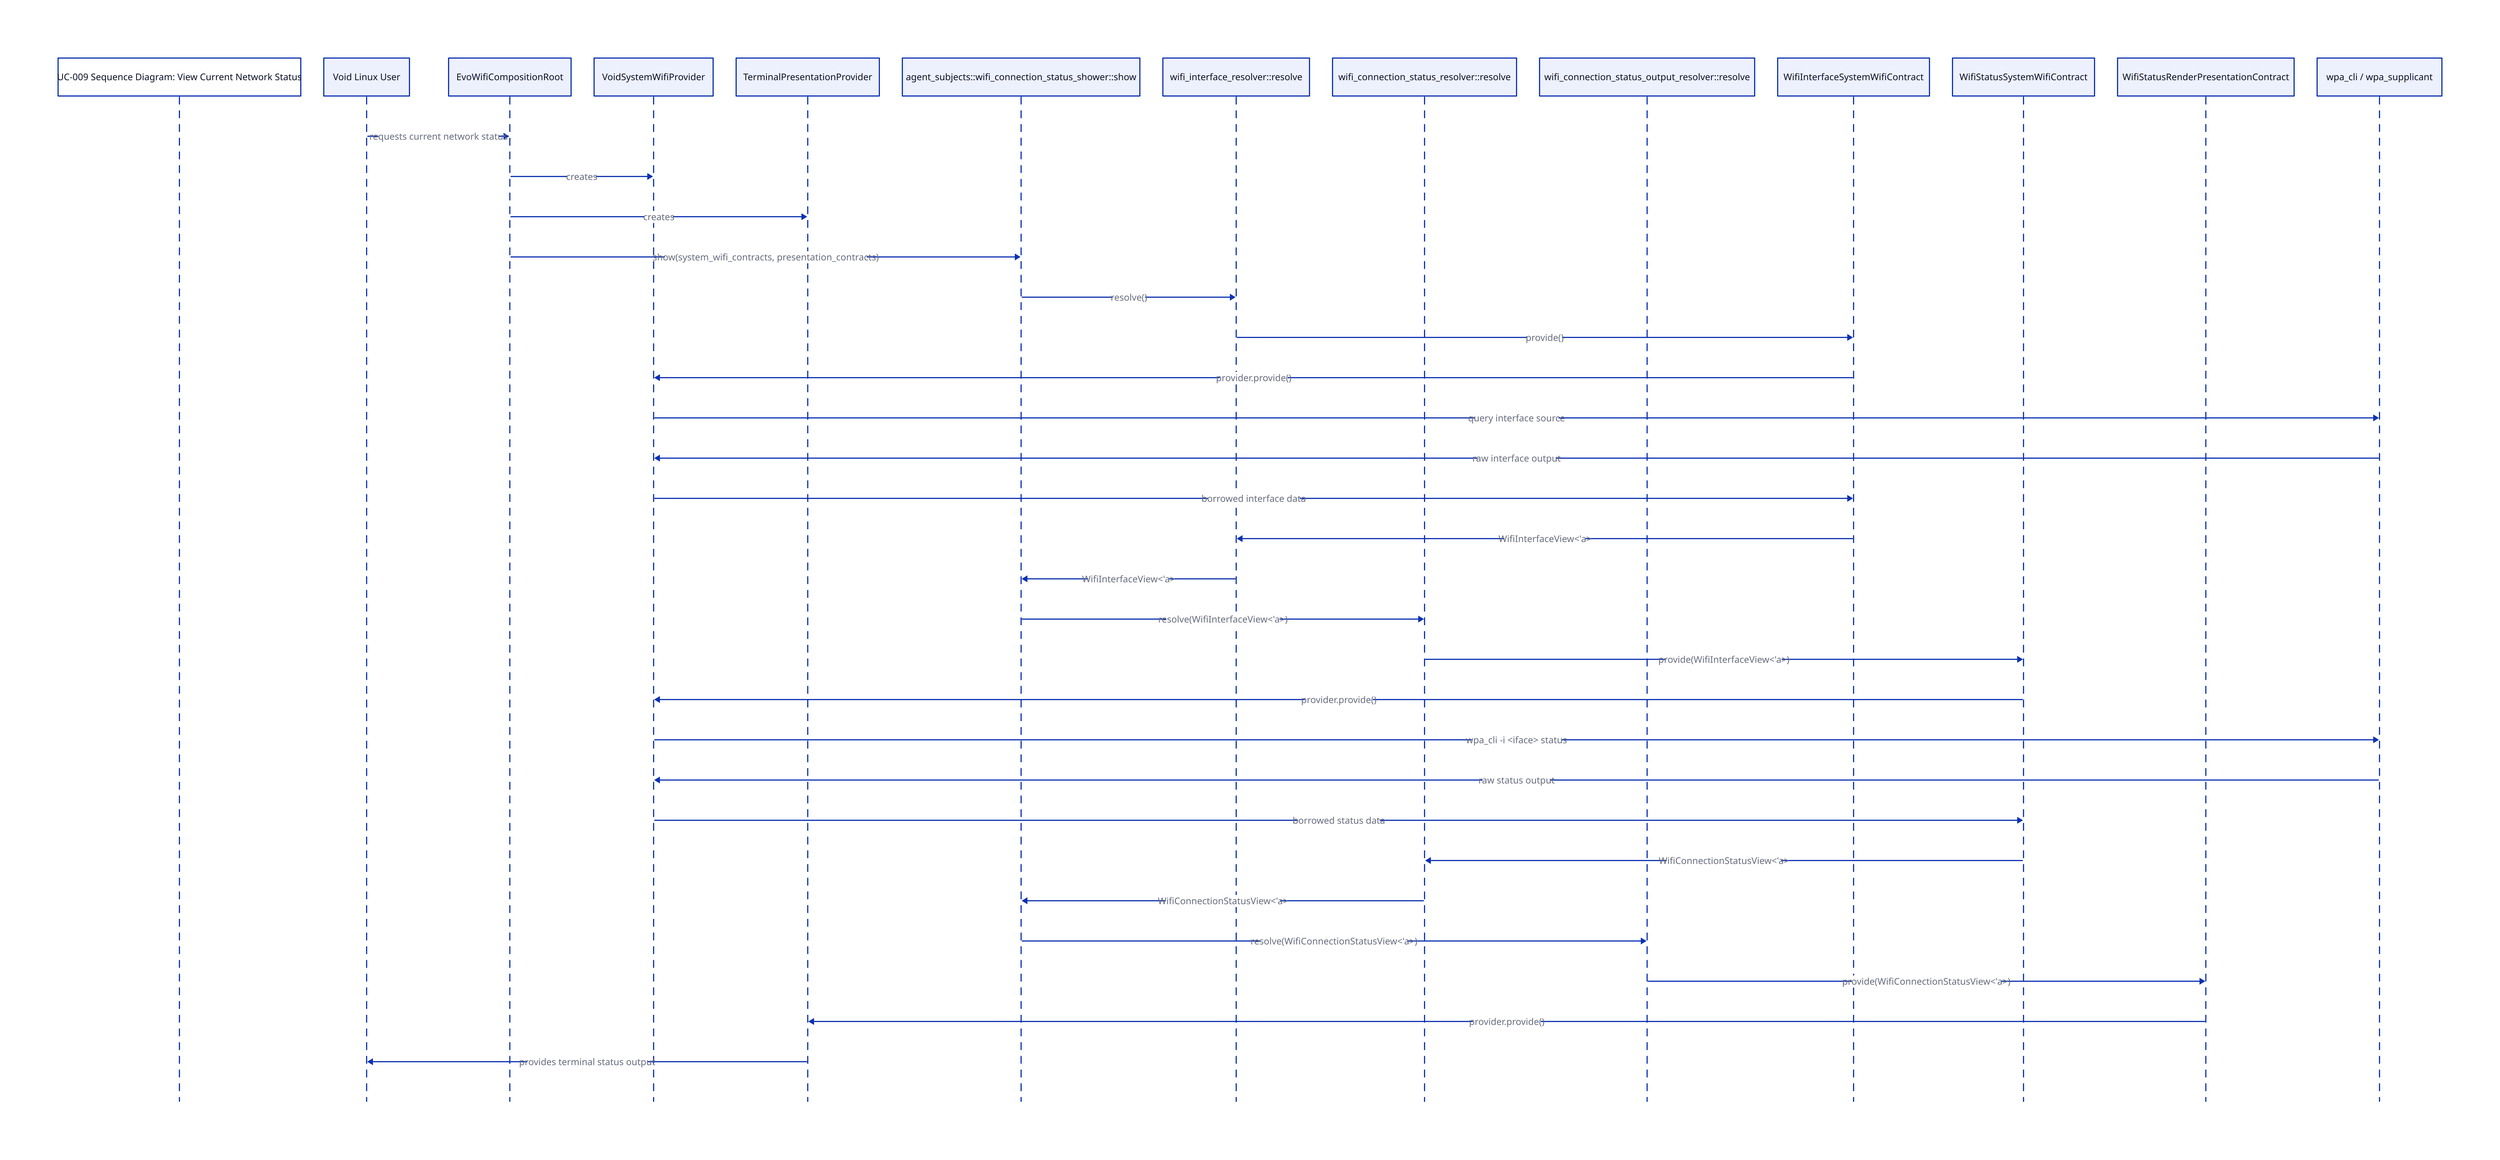
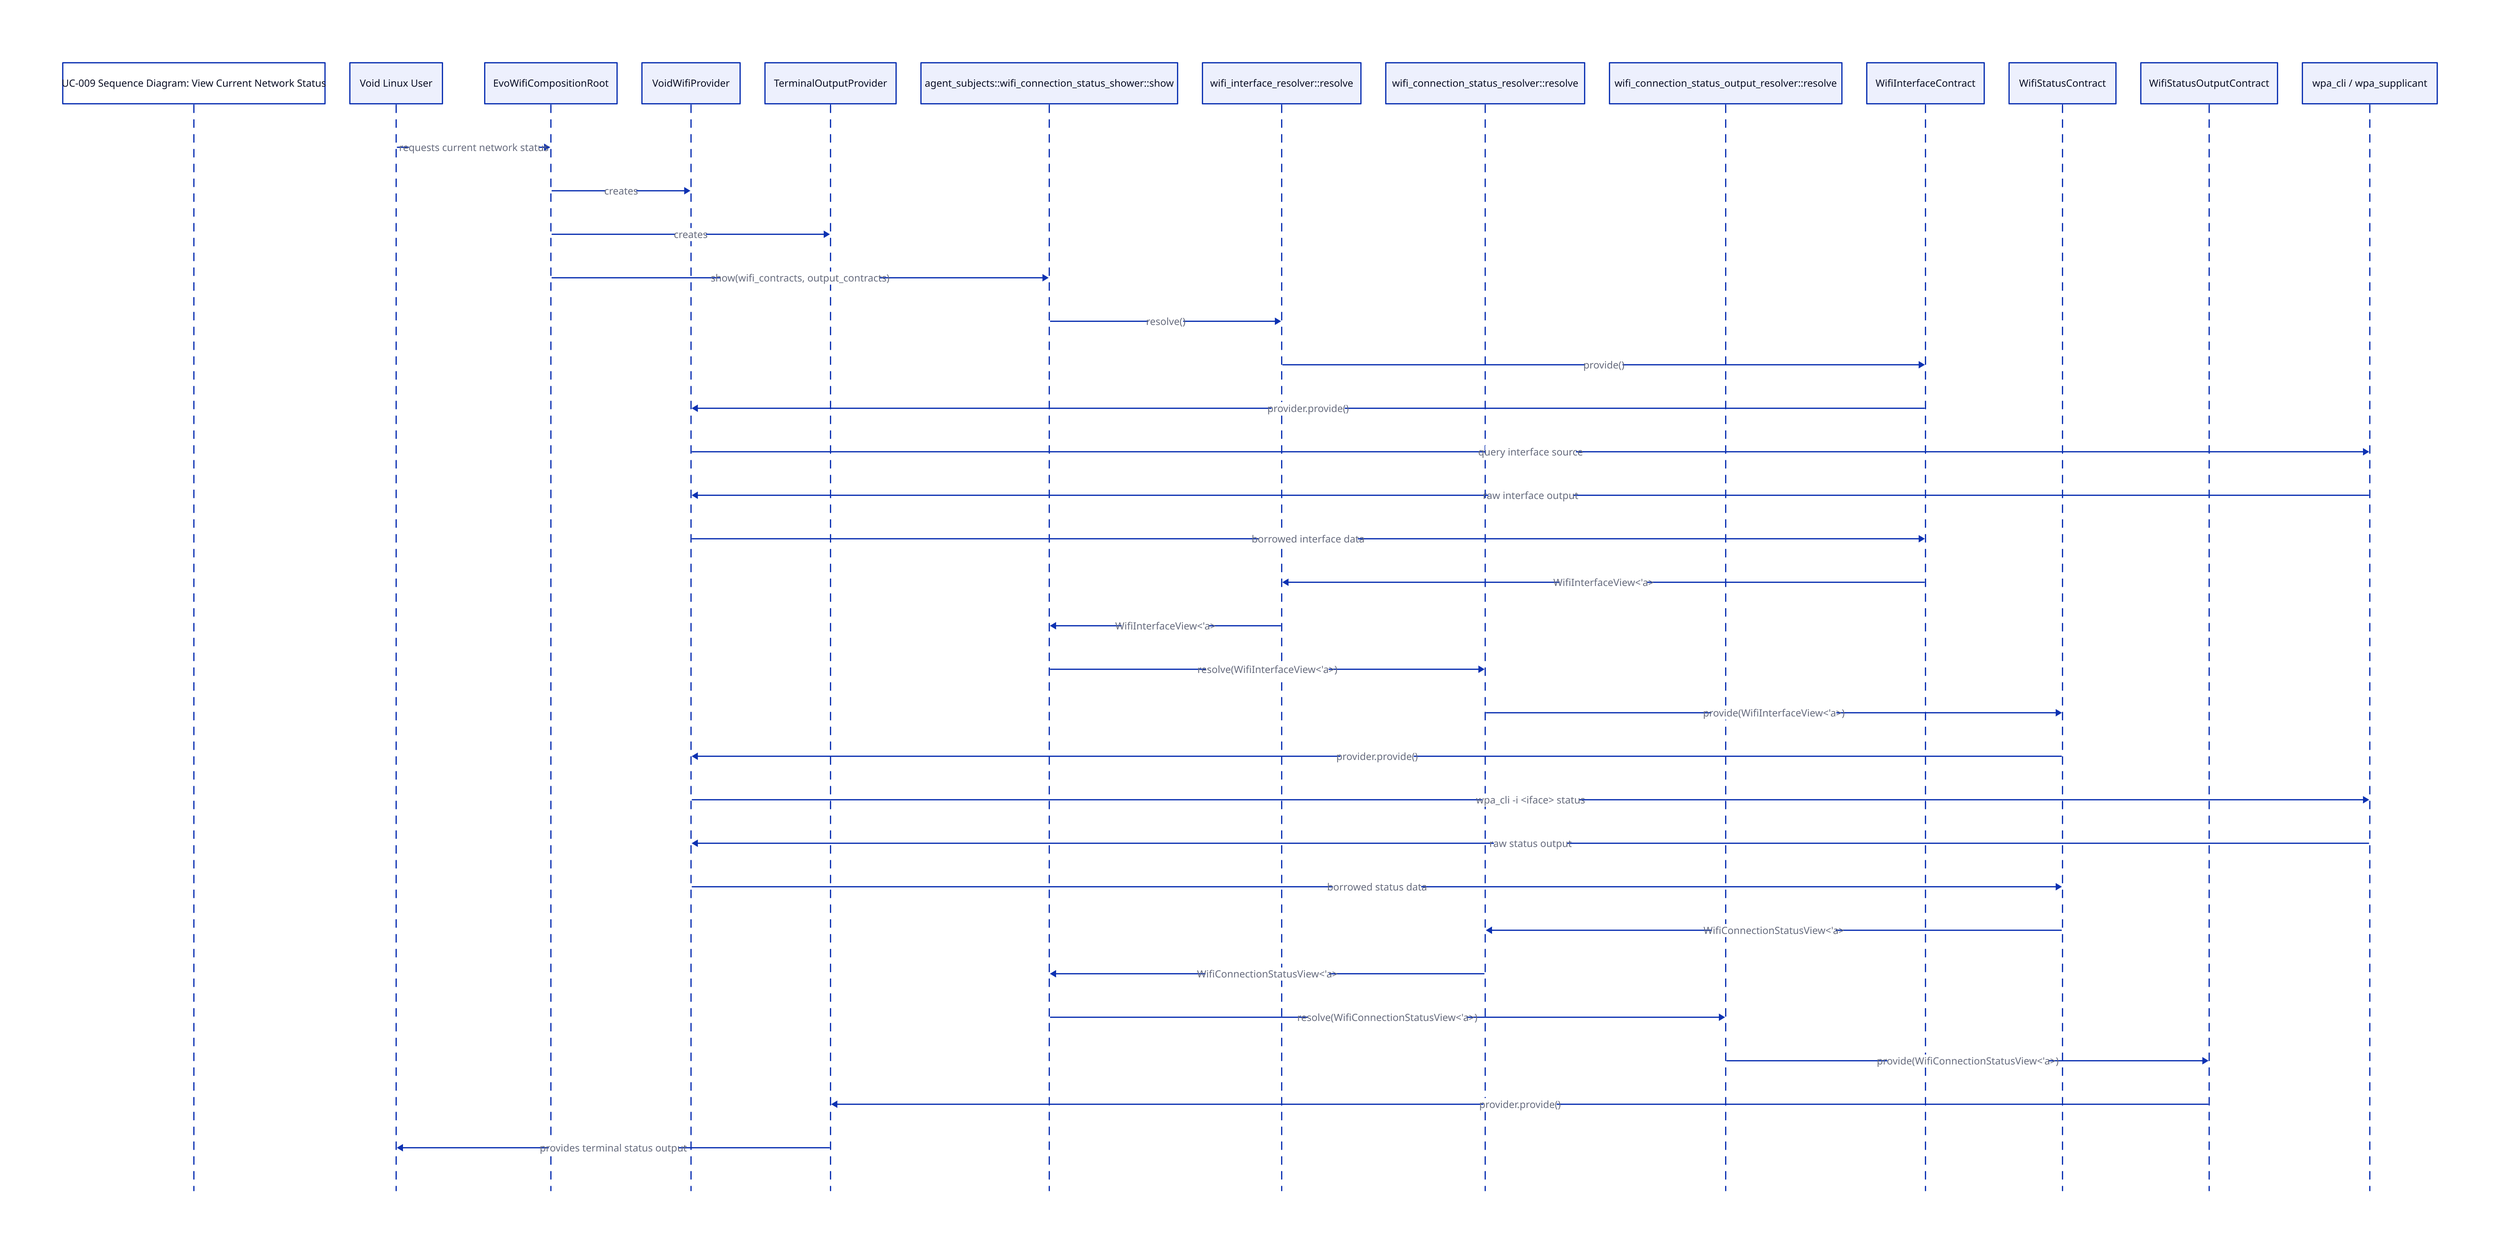
title: "UC-009 Sequence Diagram: View Current Network Status"
shape: sequence_diagram

user: "Void Linux User"
composition_root: "EvoWifiCompositionRoot"
- system_provider: "VoidSystemWifiProvider"
- presentation_provider: "TerminalPresentationProvider"
+ wifi_provider: "VoidWifiProvider"
+ output_provider: "TerminalOutputProvider"
agent_subject: "agent_subjects::wifi_connection_status_shower::show"
interface_resolver: "wifi_interface_resolver::resolve"
status_resolver: "wifi_connection_status_resolver::resolve"
output_resolver: "wifi_connection_status_output_resolver::resolve"
- interface_contract: "WifiInterfaceSystemWifiContract"
- status_contract: "WifiStatusSystemWifiContract"
- render_contract: "WifiStatusRenderPresentationContract"
+ interface_contract: "WifiInterfaceContract"
+ status_contract: "WifiStatusContract"
+ output_contract: "WifiStatusOutputContract"
external_wifi: "wpa_cli / wpa_supplicant"

user -> composition_root: "requests current network status"

- composition_root -> system_provider: "creates"
- composition_root -> presentation_provider: "creates"
- composition_root -> agent_subject: "show(system_wifi_contracts, presentation_contracts)"
+ composition_root -> wifi_provider: "creates"
+ composition_root -> output_provider: "creates"
+ composition_root -> agent_subject: "show(wifi_contracts, output_contracts)"

agent_subject -> interface_resolver: "resolve()"
interface_resolver -> interface_contract: "provide()"
- interface_contract -> system_provider: "provider.provide()"
- system_provider -> external_wifi: "query interface source"
- external_wifi -> system_provider: "raw interface output"
- system_provider -> interface_contract: "borrowed interface data"
+ interface_contract -> wifi_provider: "provider.provide()"
+ wifi_provider -> external_wifi: "query interface source"
+ external_wifi -> wifi_provider: "raw interface output"
+ wifi_provider -> interface_contract: "borrowed interface data"
interface_contract -> interface_resolver: "WifiInterfaceView<'a>"
interface_resolver -> agent_subject: "WifiInterfaceView<'a>"

agent_subject -> status_resolver: "resolve(WifiInterfaceView<'a>)"
status_resolver -> status_contract: "provide(WifiInterfaceView<'a>)"
- status_contract -> system_provider: "provider.provide()"
- system_provider -> external_wifi: "wpa_cli -i <iface> status"
- external_wifi -> system_provider: "raw status output"
- system_provider -> status_contract: "borrowed status data"
+ status_contract -> wifi_provider: "provider.provide()"
+ wifi_provider -> external_wifi: "wpa_cli -i <iface> status"
+ external_wifi -> wifi_provider: "raw status output"
+ wifi_provider -> status_contract: "borrowed status data"
status_contract -> status_resolver: "WifiConnectionStatusView<'a>"
status_resolver -> agent_subject: "WifiConnectionStatusView<'a>"

agent_subject -> output_resolver: "resolve(WifiConnectionStatusView<'a>)"
- output_resolver -> render_contract: "provide(WifiConnectionStatusView<'a>)"
- render_contract -> presentation_provider: "provider.provide()"
- presentation_provider -> user: "provides terminal status output"
+ output_resolver -> output_contract: "provide(WifiConnectionStatusView<'a>)"
+ output_contract -> output_provider: "provider.provide()"
+ output_provider -> user: "provides terminal status output"
